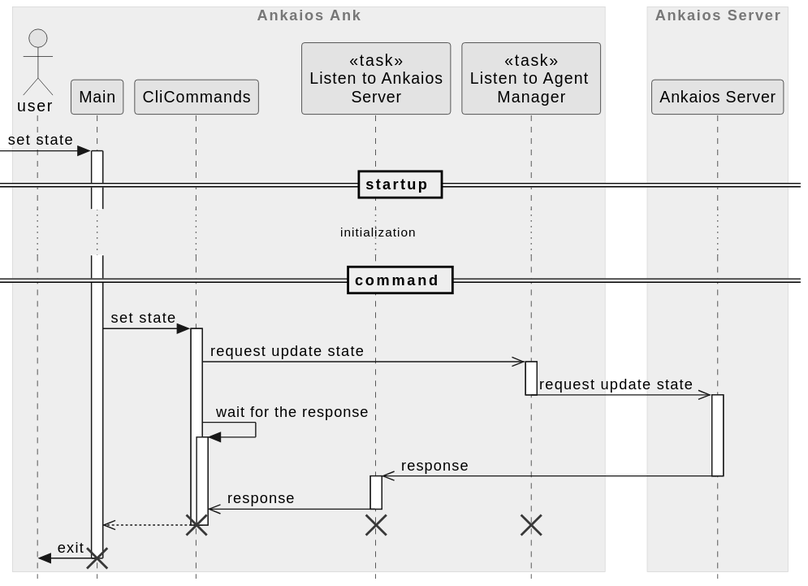
The PlantUML diagram ank/doc/swdesign/plantuml/seq_set_state.svg in eclipse-ankaios/ankaios, before a commit.
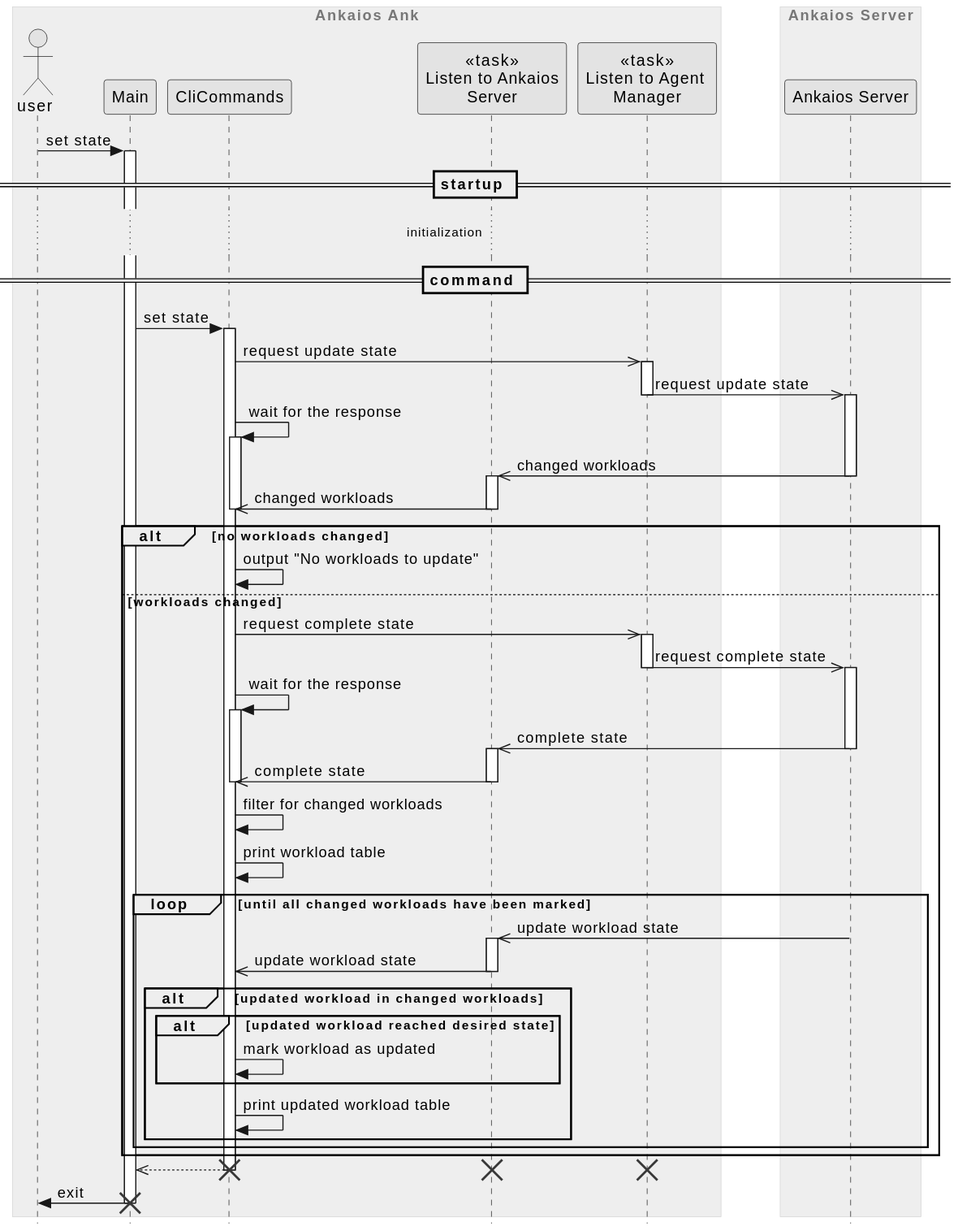
Above is the later version.

Commit message:
Add waiting for workloads to sequence diagram

Issue-Id: #236

What changed in the source:
```diff
@@ -13,7 +13,7 @@
     participant "Ankaios Server" as server
 end box
 
--> main ++ : set state
+user -> main ++ : set state
 
 == startup ==
 
@@ -27,10 +27,37 @@
 
 cli_commands -> cli_commands ++: wait for the response
 
-listen_to_server <<- server --++: response
-listen_to_server ->> cli_commands --: response
+listen_to_server <<- server --++: changed workloads
+listen_to_server ->> cli_commands --: changed workloads
+deactivate cli_commands
+
+alt no workloads changed
+    cli_commands -> cli_commands: output "No workloads to update"
+else workloads changed
+
+    cli_commands ->> listen_to_manager ++: request complete state
+    listen_to_manager ->> server --++ : request complete state
+
+    cli_commands -> cli_commands ++: wait for the response
+    listen_to_server <<- server --++: complete state
+    listen_to_server ->> cli_commands --: complete state
+    deactivate cli_commands
+    cli_commands -> cli_commands: filter for changed workloads
+    cli_commands -> cli_commands: print workload table
+
+    loop until all changed workloads have been marked
+        listen_to_server <<- server ++: update workload state
+        cli_commands <<- listen_to_server --: update workload state
+        alt updated workload in changed workloads
+            alt updated workload reached desired state
+                cli_commands -> cli_commands: mark workload as updated
+            end
+            cli_commands -> cli_commands: print updated workload table
+        end
+    end
+end
+
 main <<-- cli_commands --
-deactivate cli_commands
 
 destroy cli_commands
 destroy listen_to_manager
```
